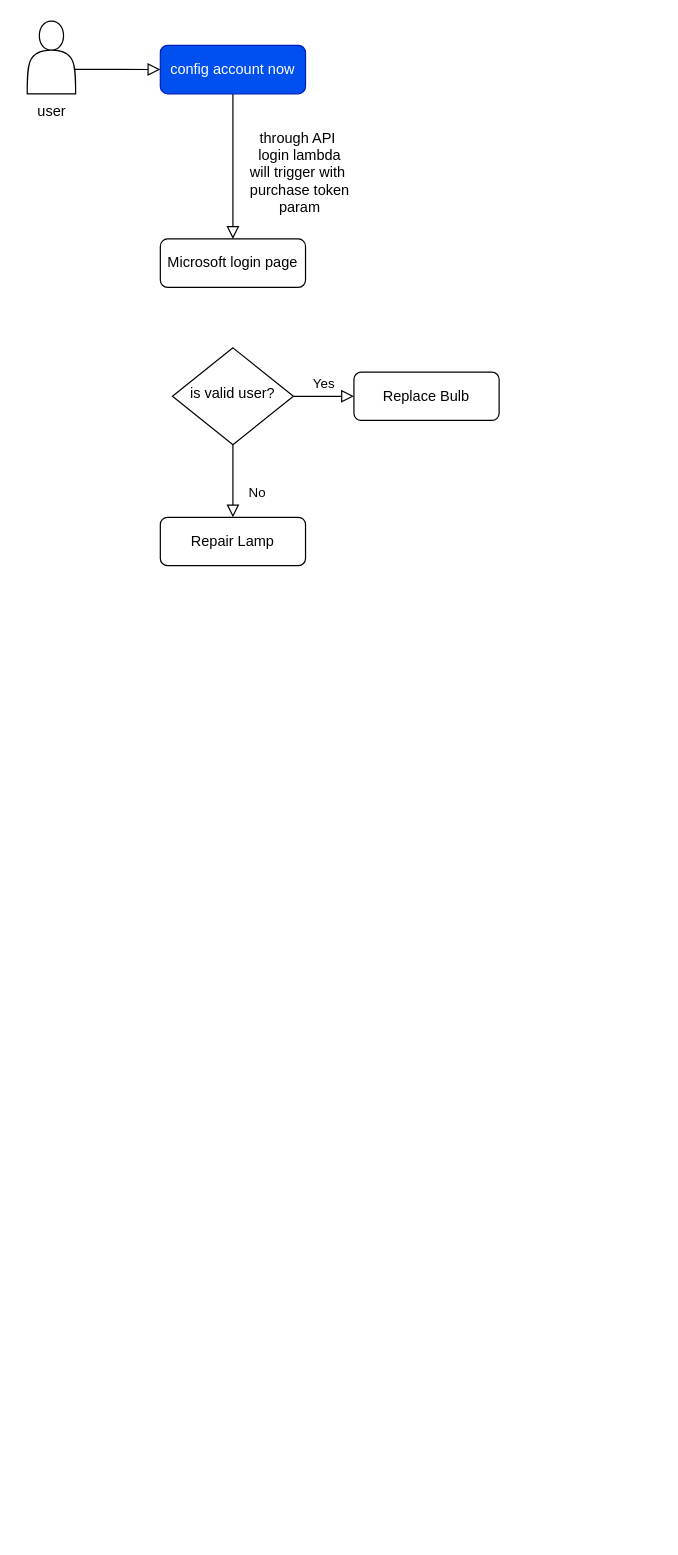
The draw.io diagram Untitled Diagram.drawio in AmudalaGirish/github_to_lambda, before the edit. Source tidied: cells renumbered, new cells numbered last; positions are measured from the earlier drawing's top-left corner, leaving out a move shared by most shapes. Both pictures are drawn from the tidied source at 121%, with x=0, y=0 at pixel (21, 21).
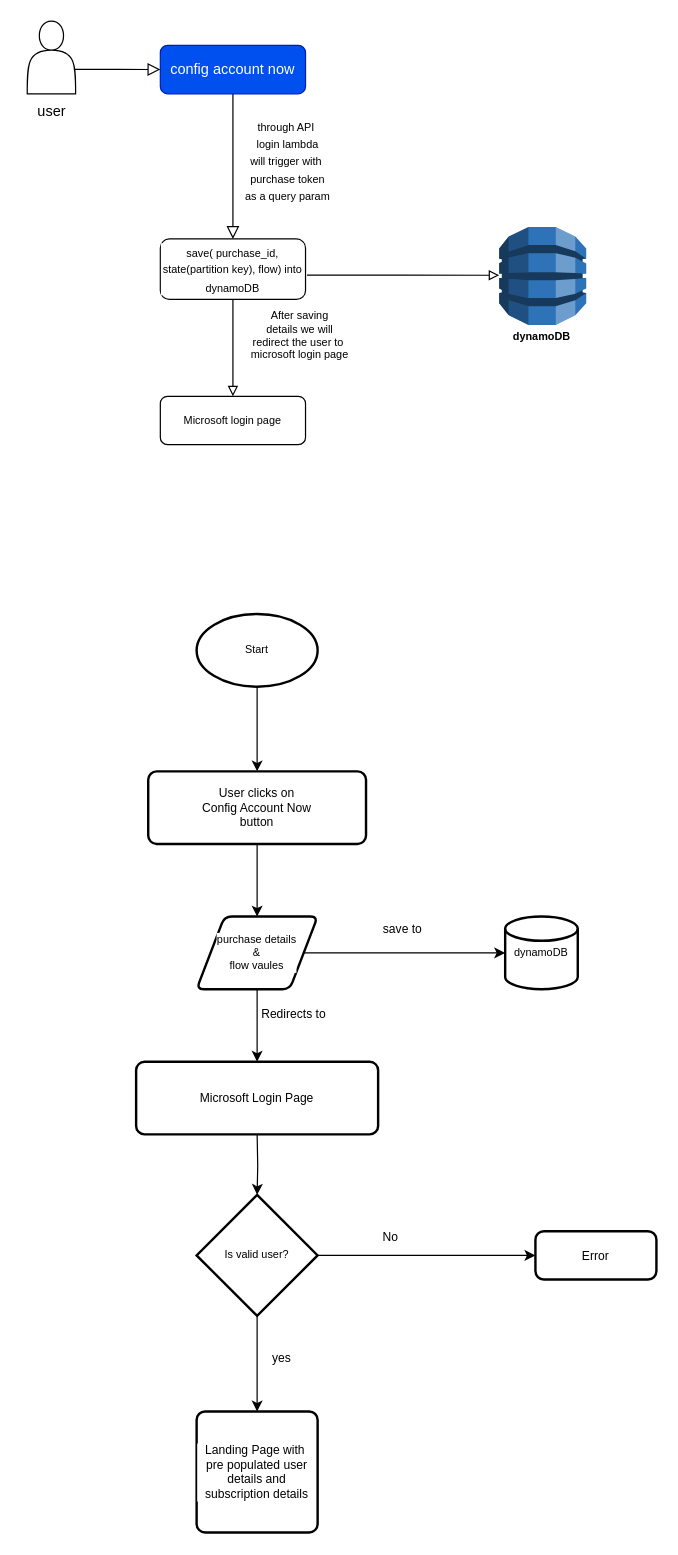
Above is the later version.

Unchanged cells that the change refers to:
```xml
<mxCell id="3" value="config account now" style="rounded=1;whiteSpace=wrap;html=1;fontSize=12;glass=0;strokeWidth=1;shadow=0;fillColor=#0050ef;strokeColor=#001DBC;fontColor=#ffffff;" parent="1" vertex="1">
  <mxGeometry x="115" y="20" width="120" height="40" as="geometry" />
</mxCell>
```

Diff of the diagram source:
```diff
@@
-    <mxCell id="2" style="rounded=0;html=1;jettySize=auto;fontSize=11;endArrow=block;endFill=0;endSize=8;strokeWidth=1;shadow=0;labelBackgroundColor=none;edgeStyle=orthogonalEdgeStyle;entryX=0.5;entryY=0;entryDx=0;entryDy=0;" parent="1" edge="1" source="3" target="13">
-      <mxGeometry relative="1" as="geometry" />
+    <mxCell id="2" style="rounded=0;html=1;jettySize=auto;fontSize=11;endArrow=block;endFill=0;endSize=8;strokeWidth=1;shadow=0;labelBackgroundColor=none;edgeStyle=orthogonalEdgeStyle;" parent="1" edge="1" source="3">
+      <mxGeometry relative="1" as="geometry">
+        <mxPoint x="175" y="180" as="targetPoint" />
+      </mxGeometry>
     </mxCell>
@@
-    <mxCell id="4" value="No" style="rounded=0;html=1;jettySize=auto;fontSize=11;endArrow=block;endFill=0;endSize=8;strokeWidth=1;shadow=0;labelBackgroundColor=none;edgeStyle=orthogonalEdgeStyle;" parent="1" edge="1" source="6" target="7">
-      <mxGeometry x="0.33" y="20" relative="1" as="geometry" />
-    </mxCell>
-    <mxCell id="5" value="Yes" style="edgeStyle=orthogonalEdgeStyle;rounded=0;html=1;jettySize=auto;fontSize=11;endArrow=block;endFill=0;endSize=8;strokeWidth=1;shadow=0;labelBackgroundColor=none;" parent="1" edge="1" source="6" target="8">
-      <mxGeometry y="10" relative="1" as="geometry" />
-    </mxCell>
-    <mxCell id="6" value="is valid user?" style="rhombus;whiteSpace=wrap;html=1;shadow=0;fontFamily=Helvetica;fontSize=12;align=center;strokeWidth=1;spacing=6;spacingTop=-4;" parent="1" vertex="1">
-      <mxGeometry x="125" y="270" width="100" height="80" as="geometry" />
-    </mxCell>
-    <mxCell id="7" value="Repair Lamp" style="rounded=1;whiteSpace=wrap;html=1;fontSize=12;glass=0;strokeWidth=1;shadow=0;" parent="1" vertex="1">
-      <mxGeometry x="115" y="410" width="120" height="40" as="geometry" />
-    </mxCell>
-    <mxCell id="8" value="Replace Bulb" style="rounded=1;whiteSpace=wrap;html=1;fontSize=12;glass=0;strokeWidth=1;shadow=0;" parent="1" vertex="1">
-      <mxGeometry x="275" y="290" width="120" height="40" as="geometry" />
-    </mxCell>
-    <mxCell id="9" value="through API&amp;nbsp;&lt;br&gt;login lambda&lt;br&gt;will trigger with&amp;nbsp;&lt;br&gt;purchase token&lt;br&gt;param&lt;br&gt;" style="text;html=1;align=center;verticalAlign=middle;strokeColor=none;fillColor=none;" parent="1" vertex="1">
-      <mxGeometry x="175" y="80" width="110" height="90" as="geometry" />
+    <mxCell id="9" value="&lt;font style=&quot;font-size: 9px;&quot;&gt;through API&amp;nbsp;&lt;br&gt;login lambda&lt;br&gt;will trigger with&amp;nbsp;&lt;br&gt;purchase token&lt;br&gt;as a query param&lt;/font&gt;" style="text;html=1;align=center;verticalAlign=middle;strokeColor=none;fillColor=none;" parent="1" vertex="1">
+      <mxGeometry x="175" y="70" width="90" height="90" as="geometry" />
     </mxCell>
@@
+    <mxCell id="14" value="&lt;font style=&quot;font-size: 9px;&quot;&gt;save( purchase_id, state(partition key), flow) into dynamoDB&lt;/font&gt;" style="rounded=1;whiteSpace=wrap;html=1;labelBackgroundColor=#FFFFFF;" parent="1" vertex="1">
+      <mxGeometry x="115" y="180" width="120" height="50" as="geometry" />
+    </mxCell>
+    <mxCell id="15" style="rounded=0;html=1;jettySize=auto;fontSize=11;endArrow=block;endFill=0;strokeWidth=1;shadow=0;labelBackgroundColor=none;edgeStyle=orthogonalEdgeStyle;exitX=1.01;exitY=0.596;exitDx=0;exitDy=0;exitPerimeter=0;" parent="1" edge="1" source="14">
+      <mxGeometry relative="1" as="geometry">
+        <mxPoint x="395" y="210" as="targetPoint" />
+      </mxGeometry>
+    </mxCell>
+    <mxCell id="16" style="dashed=0;verticalLabelPosition=bottom;verticalAlign=top;align=center;html=1;shape=mxgraph.aws3.dynamo_db;fillColor=#2E73B8;gradientColor=none;labelBackgroundColor=#FFFFFF;fontSize=7;" parent="1" vertex="1">
+      <mxGeometry x="395" y="170" width="72" height="81" as="geometry" />
+    </mxCell>
+    <mxCell id="17" style="rounded=0;html=1;jettySize=auto;fontSize=11;endArrow=block;endFill=0;strokeWidth=1;shadow=0;labelBackgroundColor=none;edgeStyle=orthogonalEdgeStyle;exitX=0.5;exitY=1;exitDx=0;exitDy=0;" parent="1" edge="1" source="14">
+      <mxGeometry relative="1" as="geometry">
+        <mxPoint x="175" y="310" as="targetPoint" />
+      </mxGeometry>
+    </mxCell>
+    <mxCell id="18" value="&lt;b&gt;dynamoDB&lt;/b&gt;" style="text;html=1;align=center;verticalAlign=middle;strokeColor=none;fillColor=none;fontSize=9;" parent="1" vertex="1">
+      <mxGeometry x="395" y="251" width="70" height="20" as="geometry" />
+    </mxCell>
-    <mxCell id="13" value="Microsoft login page" style="rounded=1;whiteSpace=wrap;html=1;labelBackgroundColor=#FFFFFF;" parent="1" vertex="1">
-      <mxGeometry x="115" y="180" width="120" height="40" as="geometry" />
+    <mxCell id="13" value="Microsoft login page" style="rounded=1;whiteSpace=wrap;html=1;labelBackgroundColor=#FFFFFF;fontSize=9;" parent="1" vertex="1">
+      <mxGeometry x="115" y="310" width="120" height="40" as="geometry" />
     </mxCell>
+    <mxCell id="19" value="After saving&lt;br&gt;details we will&lt;br&gt;redirect the user to&amp;nbsp;&lt;br&gt;microsoft login page" style="text;html=1;align=center;verticalAlign=middle;strokeColor=none;fillColor=none;fontSize=9;" parent="1" vertex="1">
+      <mxGeometry x="180" y="230" width="100" height="60" as="geometry" />
+    </mxCell>
+    <mxCell id="20" style="edgeStyle=orthogonalEdgeStyle;rounded=0;jettySize=auto;html=1;fontSize=10;fontColor=#000000;" parent="1" edge="1" source="21" target="37">
+      <mxGeometry relative="1" as="geometry" />
+    </mxCell>
+    <mxCell id="21" value="Start" style="strokeWidth=2;html=1;shape=mxgraph.flowchart.start_1;whiteSpace=wrap;labelBackgroundColor=#FFFFFF;fontSize=9;" parent="1" vertex="1">
+      <mxGeometry x="145" y="490" width="100" height="60" as="geometry" />
+    </mxCell>
+    <mxCell id="22" style="edgeStyle=orthogonalEdgeStyle;rounded=0;jettySize=auto;html=1;fontSize=9;" parent="1" edge="1" source="24" target="25">
+      <mxGeometry relative="1" as="geometry" />
+    </mxCell>
+    <mxCell id="23" style="edgeStyle=orthogonalEdgeStyle;rounded=0;jettySize=auto;html=1;fontSize=9;" parent="1" edge="1" source="24">
+      <mxGeometry relative="1" as="geometry">
+        <mxPoint x="195" y="860" as="targetPoint" />
+      </mxGeometry>
+    </mxCell>
+    <mxCell id="24" value="purchase details&lt;br&gt;&amp;amp;&lt;br&gt;flow vaules" style="shape=parallelogram;html=1;strokeWidth=2;perimeter=parallelogramPerimeter;whiteSpace=wrap;rounded=1;arcSize=12;size=0.23;labelBackgroundColor=#FFFFFF;fontSize=9;" parent="1" vertex="1">
+      <mxGeometry x="145" y="740" width="100" height="60" as="geometry" />
+    </mxCell>
+    <mxCell id="25" value="dynamoDB" style="strokeWidth=2;html=1;shape=mxgraph.flowchart.database;whiteSpace=wrap;labelBackgroundColor=#FFFFFF;fontSize=9;" parent="1" vertex="1">
+      <mxGeometry x="400" y="740" width="60" height="60" as="geometry" />
+    </mxCell>
+    <mxCell id="26" style="edgeStyle=orthogonalEdgeStyle;rounded=0;jettySize=auto;html=1;fontSize=9;" parent="1" edge="1" target="28">
+      <mxGeometry relative="1" as="geometry">
+        <mxPoint x="195" y="920" as="sourcePoint" />
+      </mxGeometry>
+    </mxCell>
+    <mxCell id="27" style="edgeStyle=orthogonalEdgeStyle;rounded=0;jettySize=auto;html=1;fontSize=10;" parent="1" edge="1" source="28" target="30">
+      <mxGeometry relative="1" as="geometry" />
+    </mxCell>
+    <mxCell id="28" value="Is valid user?" style="strokeWidth=2;html=1;shape=mxgraph.flowchart.decision;whiteSpace=wrap;labelBackgroundColor=#FFFFFF;fontSize=9;" parent="1" vertex="1">
+      <mxGeometry x="145" y="970" width="100" height="100" as="geometry" />
+    </mxCell>
+    <mxCell id="29" value="Microsoft Login Page" style="rounded=1;whiteSpace=wrap;html=1;absoluteArcSize=1;arcSize=14;strokeWidth=2;labelBackgroundColor=#FFFFFF;fontSize=10;" parent="1" vertex="1">
+      <mxGeometry x="95" y="860" width="200" height="60" as="geometry" />
+    </mxCell>
+    <mxCell id="30" value="Landing Page with&amp;nbsp;&lt;br&gt;pre populated user details and subscription details" style="rounded=1;whiteSpace=wrap;html=1;absoluteArcSize=1;arcSize=14;strokeWidth=2;labelBackgroundColor=#FFFFFF;fontSize=10;" parent="1" vertex="1">
+      <mxGeometry x="145" y="1149" width="100" height="100" as="geometry" />
+    </mxCell>
+    <mxCell id="31" value="Redirects to" style="text;html=1;align=center;verticalAlign=middle;strokeColor=none;fillColor=none;fontSize=10;" parent="1" vertex="1">
+      <mxGeometry x="185" y="805" width="80" height="30" as="geometry" />
+    </mxCell>
+    <mxCell id="32" value="save to" style="text;html=1;align=center;verticalAlign=middle;strokeColor=none;fillColor=none;fontSize=10;" parent="1" vertex="1">
+      <mxGeometry x="285" y="735" width="60" height="30" as="geometry" />
+    </mxCell>
+    <mxCell id="33" value="Error" style="rounded=1;whiteSpace=wrap;html=1;absoluteArcSize=1;arcSize=14;strokeWidth=2;labelBackgroundColor=#FFFFFF;fontSize=10;" parent="1" vertex="1">
+      <mxGeometry x="425" y="1000" width="100" height="40" as="geometry" />
+    </mxCell>
+    <mxCell id="34" style="edgeStyle=orthogonalEdgeStyle;rounded=0;jettySize=auto;html=1;fontSize=10;exitX=1;exitY=0.5;exitDx=0;exitDy=0;exitPerimeter=0;entryX=0;entryY=0.5;entryDx=0;entryDy=0;" parent="1" edge="1" source="28" target="33">
+      <mxGeometry relative="1" as="geometry" />
+    </mxCell>
+    <mxCell id="4" value="No" style="text;html=1;align=center;verticalAlign=middle;strokeColor=none;fillColor=none;fontSize=10;" parent="1" vertex="1">
+      <mxGeometry x="285" y="990" width="40" height="30" as="geometry" />
+    </mxCell>
+    <mxCell id="35" value="yes" style="text;html=1;align=center;verticalAlign=middle;strokeColor=none;fillColor=none;fontSize=10;" parent="1" vertex="1">
+      <mxGeometry x="195" y="1090" width="40" height="30" as="geometry" />
+    </mxCell>
+    <mxCell id="36" style="edgeStyle=orthogonalEdgeStyle;rounded=0;jettySize=auto;html=1;fontSize=10;fontColor=#000000;" parent="1" edge="1" source="37" target="24">
+      <mxGeometry relative="1" as="geometry" />
+    </mxCell>
+    <mxCell id="37" value="User clicks on&lt;br&gt;Config Account Now&lt;br&gt;button&lt;br&gt;" style="rounded=1;whiteSpace=wrap;html=1;absoluteArcSize=1;arcSize=14;strokeWidth=2;labelBackgroundColor=#FFFFFF;fontSize=10;" parent="1" vertex="1">
+      <mxGeometry x="105" y="620" width="180" height="60" as="geometry" />
+    </mxCell>
```
